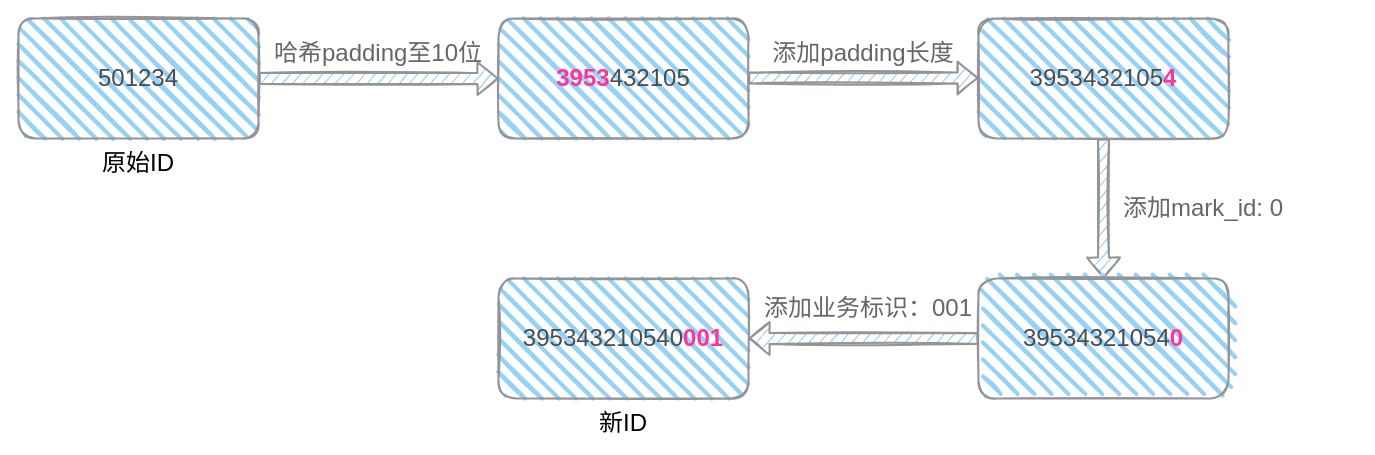
dimdark/my-drawio keeps this draw.io diagram as pictures/未命名绘图.drawio. Above is the earlier version. Source tidied: cells renumbered, new cells numbered last; positions are measured from the earlier drawing's top-left corner, leaving out a move shared by most shapes. Both pictures are drawn from the tidied source at 100%, with x=0, y=0 at pixel (18, 18).
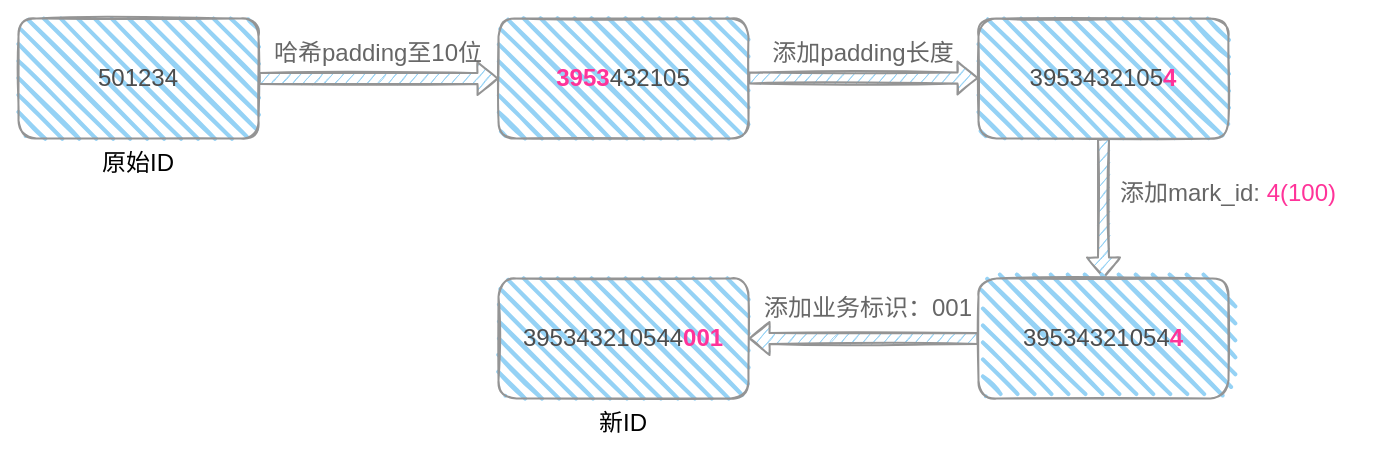
The same page after the edit.

Commit message:
更新未命名绘图.drawio

What changed in the source:
```diff
@@
 <mxGraphModel>
   <root>
     <mxCell id="0" />
     <mxCell id="1" parent="0" />
     <mxCell id="2" value="&lt;font color=&quot;#4d4d4d&quot;&gt;501234&lt;/font&gt;" style="rounded=1;whiteSpace=wrap;html=1;strokeWidth=2;fillWeight=4;hachureGap=12;hachureAngle=45;fillColor=#95D2F5;sketch=1;fontSize=24;strokeColor=#949494;" parent="1" vertex="1">
       <mxGeometry width="240" height="120" as="geometry" />
     </mxCell>
     <mxCell id="3" value="&lt;b style=&quot;&quot;&gt;&lt;font color=&quot;#ff3399&quot;&gt;3953&lt;/font&gt;&lt;/b&gt;&lt;span style=&quot;color: rgb(77, 77, 77);&quot;&gt;432105&lt;/span&gt;" style="whiteSpace=wrap;html=1;fontSize=24;fillColor=#95D2F5;strokeColor=#949494;rounded=1;strokeWidth=2;fillWeight=4;hachureGap=12;hachureAngle=45;sketch=1;" parent="1" vertex="1">
       <mxGeometry x="480" width="250" height="120" as="geometry" />
     </mxCell>
     <mxCell id="4" style="edgeStyle=segmentEdgeStyle;endArrow=classic;html=1;rounded=0;shadow=0;sketch=1;strokeWidth=2;fontSize=24;entryX=0;entryY=0.5;entryDx=0;entryDy=0;shape=flexArrow;exitX=1;exitY=0.5;exitDx=0;exitDy=0;fillColor=#95D2F5;strokeColor=#949494;sketchStyle=rough;" parent="1" edge="1" source="2" target="3">
       <mxGeometry relative="1" as="geometry" />
     </mxCell>
     <mxCell id="5" style="edgeStyle=orthogonalEdgeStyle;shape=flexArrow;rounded=0;sketch=1;jettySize=auto;html=1;shadow=0;strokeColor=#949494;strokeWidth=2;fontSize=24;fontColor=#000000;startArrow=none;endArrow=block;endFill=0;fillColor=#95D2F5;entryX=0.5;entryY=0;entryDx=0;entryDy=0;startFill=0;" parent="1" edge="1" source="6" target="13">
       <mxGeometry relative="1" as="geometry" />
     </mxCell>
     <mxCell id="6" value="&lt;font color=&quot;#4d4d4d&quot;&gt;395343210&lt;/font&gt;&lt;span style=&quot;color: rgb(77, 77, 77);&quot;&gt;5&lt;/span&gt;&lt;b&gt;&lt;font color=&quot;#ff3399&quot;&gt;4&lt;/font&gt;&lt;/b&gt;" style="whiteSpace=wrap;html=1;fontSize=24;fillColor=#95D2F5;strokeColor=#949494;rounded=1;strokeWidth=2;fillWeight=4;hachureGap=12;hachureAngle=45;sketch=1;" parent="1" vertex="1">
       <mxGeometry x="960" width="250" height="120" as="geometry" />
     </mxCell>
     <mxCell id="7" style="edgeStyle=segmentEdgeStyle;endArrow=classic;html=1;rounded=0;shadow=0;sketch=1;strokeColor=#949494;strokeWidth=2;fontSize=24;entryX=0;entryY=0.5;entryDx=0;entryDy=0;shape=flexArrow;fillColor=#95D2F5;" parent="1" edge="1" target="6">
       <mxGeometry relative="1" as="geometry">
         <mxPoint x="730" y="59.5" as="sourcePoint" />
       </mxGeometry>
     </mxCell>
-    <mxCell id="8" value="&lt;font color=&quot;#4d4d4d&quot;&gt;395343210&lt;/font&gt;&lt;span style=&quot;color: rgb(77, 77, 77);&quot;&gt;5&lt;/span&gt;&lt;font color=&quot;#4d4d4d&quot;&gt;4&lt;/font&gt;&lt;font color=&quot;#4d4d4d&quot;&gt;0&lt;/font&gt;&lt;b&gt;&lt;font color=&quot;#ff3399&quot;&gt;001&lt;/font&gt;&lt;/b&gt;" style="whiteSpace=wrap;html=1;fontSize=24;fillColor=#95D2F5;strokeColor=#949494;rounded=1;strokeWidth=2;fillWeight=4;hachureGap=12;hachureAngle=45;sketch=1;" parent="1" vertex="1">
+    <mxCell id="8" value="&lt;font color=&quot;#4d4d4d&quot;&gt;395343210&lt;/font&gt;&lt;span style=&quot;color: rgb(77, 77, 77);&quot;&gt;5&lt;/span&gt;&lt;font color=&quot;#4d4d4d&quot;&gt;44&lt;/font&gt;&lt;b&gt;&lt;font color=&quot;#ff3399&quot;&gt;001&lt;/font&gt;&lt;/b&gt;" style="whiteSpace=wrap;html=1;fontSize=24;fillColor=#95D2F5;strokeColor=#949494;rounded=1;strokeWidth=2;fillWeight=4;hachureGap=12;hachureAngle=45;sketch=1;" parent="1" vertex="1">
       <mxGeometry x="480" y="260" width="250" height="120" as="geometry" />
     </mxCell>
     <mxCell id="9" value="原始ID" style="text;html=1;strokeColor=none;fillColor=none;align=center;verticalAlign=middle;whiteSpace=wrap;rounded=0;hachureGap=12;fontSize=24;" parent="1" vertex="1">
       <mxGeometry x="80" y="130" width="80" height="30" as="geometry" />
     </mxCell>
     <mxCell id="10" value="哈希padding至10位" style="text;html=1;strokeColor=none;fillColor=none;align=center;verticalAlign=middle;whiteSpace=wrap;rounded=0;hachureGap=12;fontSize=24;fontColor=#666666;" parent="1" vertex="1">
       <mxGeometry x="240" y="25" width="240" height="20" as="geometry" />
     </mxCell>
     <mxCell id="11" value="添加padding长度" style="text;html=1;strokeColor=none;fillColor=none;align=center;verticalAlign=middle;whiteSpace=wrap;rounded=0;hachureGap=12;fontSize=24;fontColor=#666666;" parent="1" vertex="1">
       <mxGeometry x="740" y="25" width="210" height="20" as="geometry" />
     </mxCell>
-    <mxCell id="12" value="添加mark_id: 0" style="text;html=1;strokeColor=none;fillColor=none;align=center;verticalAlign=middle;whiteSpace=wrap;rounded=0;hachureGap=12;fontSize=24;fontColor=#666666;" parent="1" vertex="1">
-      <mxGeometry x="1080" y="180" width="210" height="20" as="geometry" />
+    <mxCell id="12" value="添加mark_id: &lt;font color=&quot;#ff3399&quot;&gt;4(100)&lt;/font&gt;" style="text;html=1;strokeColor=none;fillColor=none;align=center;verticalAlign=middle;whiteSpace=wrap;rounded=0;hachureGap=12;fontSize=24;fontColor=#666666;" parent="1" vertex="1">
+      <mxGeometry x="1080" y="160" width="260" height="30" as="geometry" />
     </mxCell>
-    <mxCell id="13" value="&lt;font color=&quot;#4d4d4d&quot;&gt;395343210&lt;/font&gt;&lt;span style=&quot;color: rgb(77, 77, 77);&quot;&gt;5&lt;/span&gt;&lt;font color=&quot;#4d4d4d&quot;&gt;4&lt;/font&gt;&lt;b&gt;&lt;font color=&quot;#ff3399&quot;&gt;0&lt;/font&gt;&lt;/b&gt;" style="whiteSpace=wrap;html=1;fontSize=24;fillColor=#95D2F5;strokeColor=#949494;rounded=1;strokeWidth=2;fillWeight=4;hachureGap=12;hachureAngle=45;sketch=1;" parent="1" vertex="1">
+    <mxCell id="13" value="&lt;font color=&quot;#4d4d4d&quot;&gt;395343210&lt;/font&gt;&lt;span style=&quot;color: rgb(77, 77, 77);&quot;&gt;5&lt;/span&gt;&lt;font color=&quot;#4d4d4d&quot;&gt;4&lt;/font&gt;&lt;b&gt;&lt;font color=&quot;#ff3399&quot;&gt;4&lt;/font&gt;&lt;/b&gt;" style="whiteSpace=wrap;html=1;fontSize=24;fillColor=#95D2F5;strokeColor=#949494;rounded=1;strokeWidth=2;fillWeight=4;hachureGap=12;hachureAngle=45;sketch=1;" parent="1" vertex="1">
       <mxGeometry x="960" y="260" width="250" height="120" as="geometry" />
     </mxCell>
     <mxCell id="14" style="edgeStyle=segmentEdgeStyle;endArrow=none;html=1;rounded=0;shadow=0;sketch=1;strokeColor=#949494;strokeWidth=2;fontSize=24;shape=flexArrow;startArrow=block;endFill=0;entryX=0;entryY=0.5;entryDx=0;entryDy=0;fillColor=#95D2F5;" parent="1" edge="1" source="8" target="13">
       <mxGeometry relative="1" as="geometry" />
     </mxCell>
     <mxCell id="15" value="添加业务标识：001" style="text;html=1;strokeColor=none;fillColor=none;align=center;verticalAlign=middle;whiteSpace=wrap;rounded=0;hachureGap=12;fontSize=24;fontColor=#666666;" parent="1" vertex="1">
       <mxGeometry x="740" y="275" width="220" height="30" as="geometry" />
     </mxCell>
     <mxCell id="16" value="新ID" style="text;html=1;strokeColor=none;fillColor=none;align=center;verticalAlign=middle;whiteSpace=wrap;rounded=0;hachureGap=12;fontSize=24;" parent="1" vertex="1">
       <mxGeometry x="565" y="390" width="80" height="30" as="geometry" />
     </mxCell>
   </root>
 </mxGraphModel>
```
